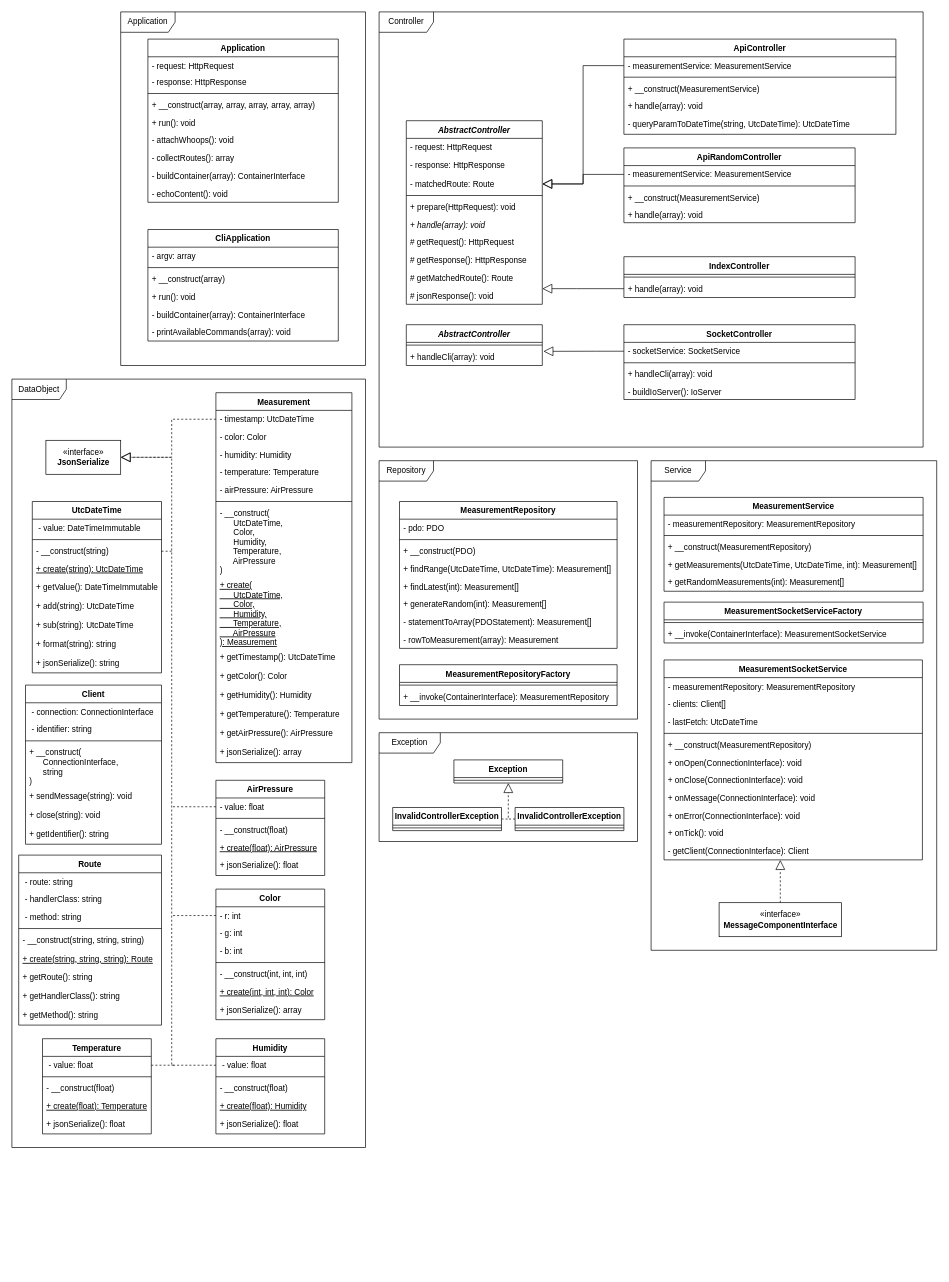
trimethylpentan/sensorsystem keeps this draw.io diagram as documentation/web-uml.drawio. Above is the earlier version. Source tidied: cells renumbered, new cells numbered last; positions are measured from the earlier drawing's top-left corner, leaving out a move shared by most shapes. Both pictures are drawn from the tidied source at 68%, with x=0, y=0 at pixel (12, 12).
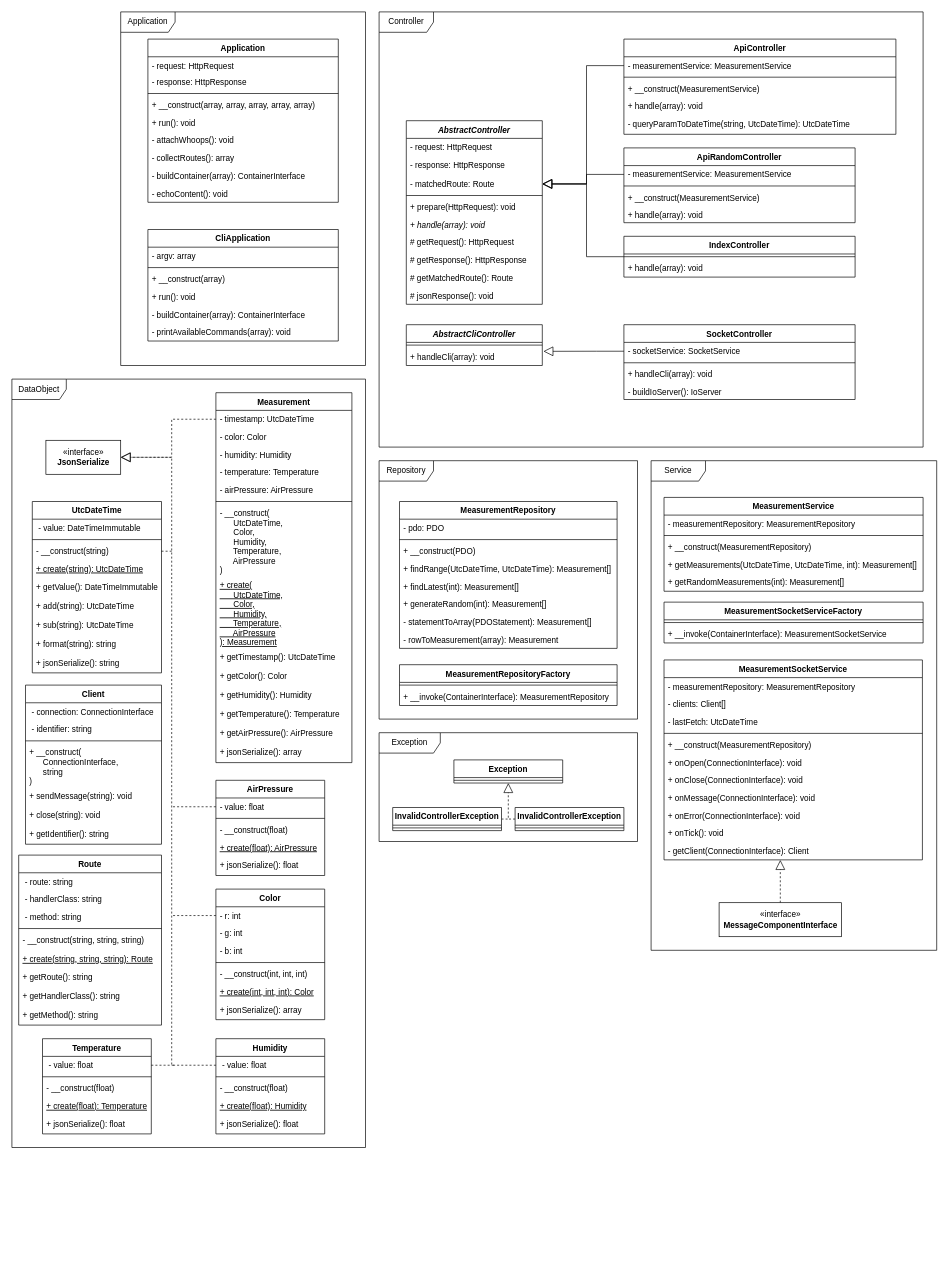
Above is the later version.

The change refers to these unchanged cells:
```xml
<mxCell id="88" style="group;" parent="1" vertex="1">
  <mxGeometry x="540" width="800" height="640" as="geometry" />
</mxCell>
<mxCell id="93" value="- matchedRoute: Route" style="text;strokeColor=none;fillColor=none;align=left;verticalAlign=top;spacingLeft=4;spacingRight=4;overflow=hidden;points=[[0,0.5],[1,0.5]];portConstraint=eastwest;" parent="90" vertex="1">
  <mxGeometry y="80" width="200" height="26" as="geometry" />
</mxCell>
<mxCell id="100" value="# jsonResponse(): void" style="text;strokeColor=none;fillColor=none;align=left;verticalAlign=top;spacingLeft=4;spacingRight=4;overflow=hidden;points=[[0,0.5],[1,0.5]];portConstraint=eastwest;fontStyle=0;" parent="90" vertex="1">
  <mxGeometry y="244" width="200" height="26" as="geometry" />
</mxCell>
<mxCell id="102" value="- measurementService: MeasurementService" style="text;strokeColor=none;fillColor=none;align=left;verticalAlign=top;spacingLeft=4;spacingRight=4;overflow=hidden;points=[[0,0.5],[1,0.5]];portConstraint=eastwest;" parent="101" vertex="1">
  <mxGeometry y="26" width="400" height="26" as="geometry" />
</mxCell>
<mxCell id="108" value="- measurementService: MeasurementService" style="text;strokeColor=none;fillColor=none;align=left;verticalAlign=top;spacingLeft=4;spacingRight=4;overflow=hidden;points=[[0,0.5],[1,0.5]];portConstraint=eastwest;" parent="107" vertex="1">
  <mxGeometry y="26" width="340" height="26" as="geometry" />
</mxCell>
<mxCell id="114" value="+ handle(array): void" style="text;strokeColor=none;fillColor=none;align=left;verticalAlign=top;spacingLeft=4;spacingRight=4;overflow=hidden;points=[[0,0.5],[1,0.5]];portConstraint=eastwest;" parent="112" vertex="1">
  <mxGeometry y="34" width="340" height="26" as="geometry" />
</mxCell>
```

The edit, as a diff of the source:
```diff
@@
+    <mxCell id="188" style="edgeStyle=orthogonalEdgeStyle;rounded=0;jettySize=auto;html=1;exitX=0;exitY=0.5;exitDx=0;exitDy=0;endArrow=block;endFill=0;endSize=12;strokeWidth=1;" parent="88" edge="1" source="112" target="93">
+      <mxGeometry relative="1" as="geometry">
+        <Array as="points">
+          <mxPoint x="305" y="360" />
+          <mxPoint x="305" y="253" />
+        </Array>
+      </mxGeometry>
+    </mxCell>
     <mxCell id="112" value="IndexController" style="swimlane;fontStyle=1;align=center;verticalAlign=top;horizontal=1;startSize=26;" parent="88" vertex="1">
-      <mxGeometry x="360" y="360" width="340" height="60" as="geometry" />
+      <mxGeometry x="360" y="330" width="340" height="60" as="geometry" />
     </mxCell>
@@
-    <mxCell id="115" style="edgeStyle=orthogonalEdgeStyle;rounded=0;jettySize=auto;html=1;entryX=1;entryY=0.5;entryDx=0;entryDy=0;endArrow=block;endFill=0;strokeWidth=1;endSize=12;" parent="88" edge="1" source="102" target="93">
-      <mxGeometry relative="1" as="geometry">
-        <Array as="points">
-          <mxPoint x="300" y="79" />
-          <mxPoint x="300" y="253" />
-        </Array>
-      </mxGeometry>
-    </mxCell>
-    <mxCell id="116" style="edgeStyle=orthogonalEdgeStyle;rounded=0;jettySize=auto;html=1;endArrow=block;endFill=0;endSize=12;strokeWidth=1;" parent="88" edge="1" source="114" target="100">
-      <mxGeometry relative="1" as="geometry">
-        <Array as="points">
-          <mxPoint x="290" y="407" />
-          <mxPoint x="290" y="407" />
-        </Array>
-      </mxGeometry>
-    </mxCell>
-    <mxCell id="117" value="AbstractController" style="swimlane;fontStyle=3;align=center;verticalAlign=top;horizontal=1;startSize=26;" parent="88" vertex="1">
+    <mxCell id="117" value="AbstractCliController" style="swimlane;fontStyle=3;align=center;verticalAlign=top;horizontal=1;startSize=26;" parent="88" vertex="1">
       <mxGeometry x="40" y="460" width="200" height="60" as="geometry" />
     </mxCell>
@@
-    <mxCell id="126" style="edgeStyle=orthogonalEdgeStyle;rounded=0;jettySize=auto;html=1;entryX=1;entryY=0.5;entryDx=0;entryDy=0;endArrow=block;endFill=0;strokeWidth=1;endSize=12;" parent="88" edge="1" source="108" target="93">
-      <mxGeometry relative="1" as="geometry">
-        <Array as="points">
-          <mxPoint x="300" y="239" />
-          <mxPoint x="300" y="253" />
-        </Array>
-      </mxGeometry>
+    <mxCell id="126" style="edgeStyle=orthogonalEdgeStyle;rounded=0;jettySize=auto;html=1;exitX=0;exitY=0.5;exitDx=0;exitDy=0;entryX=1;entryY=0.5;entryDx=0;entryDy=0;endArrow=block;endFill=0;endSize=12;strokeWidth=1;" parent="88" edge="1" source="108" target="93">
+      <mxGeometry relative="1" as="geometry" />
     </mxCell>
+    <mxCell id="115" style="edgeStyle=orthogonalEdgeStyle;rounded=0;jettySize=auto;html=1;exitX=0;exitY=0.5;exitDx=0;exitDy=0;entryX=1;entryY=0.5;entryDx=0;entryDy=0;endArrow=block;endFill=0;endSize=12;strokeWidth=1;" parent="88" edge="1" source="102" target="93">
+      <mxGeometry relative="1" as="geometry" />
+    </mxCell>
```
